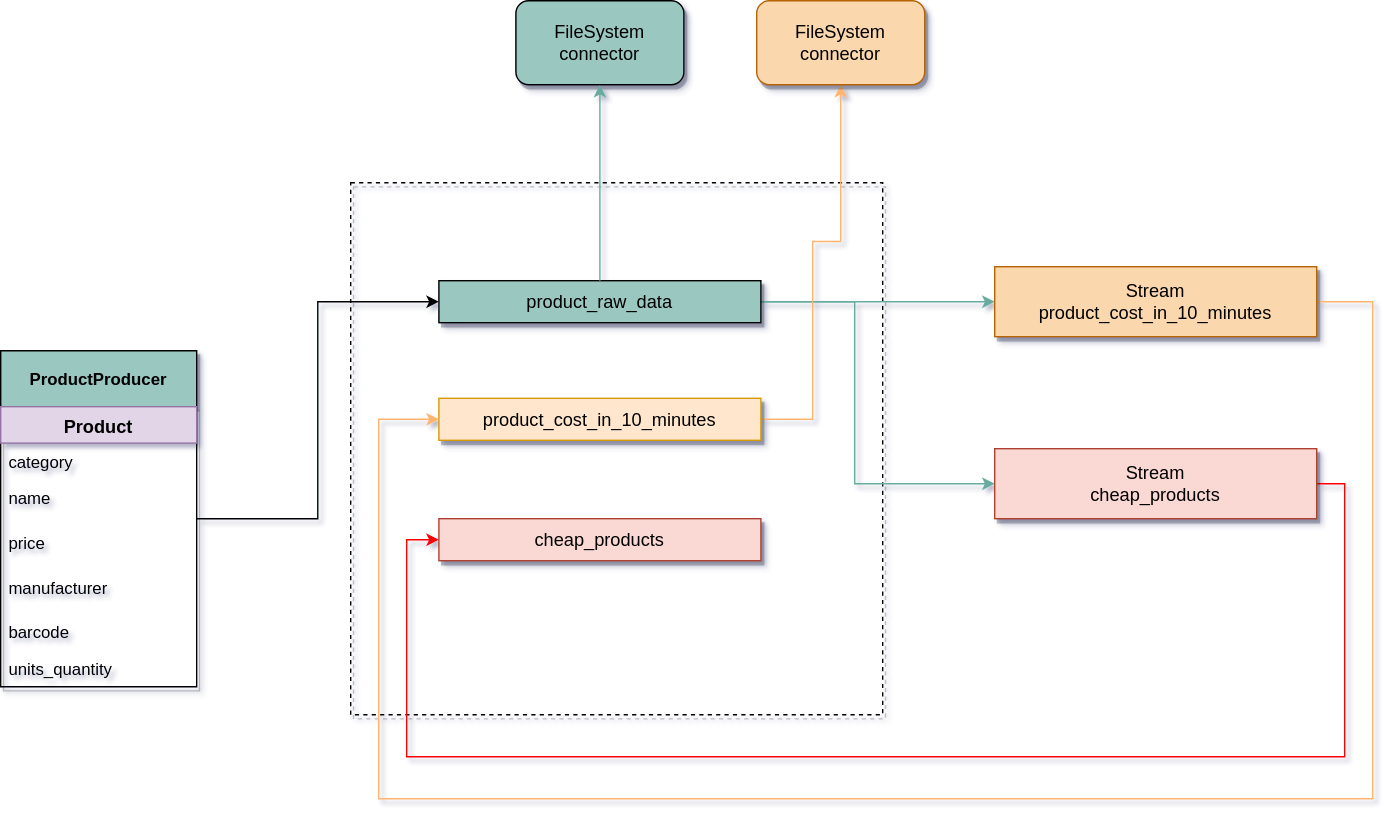
Before: resources/ProductsKafkaDiagram.svg, a diagram exported from draw.io (darkwizz/kafka-homework). Source tidied: cells renumbered, new cells last; positions are measured from the earlier drawing's top-left corner, leaving out a move shared by most shapes.
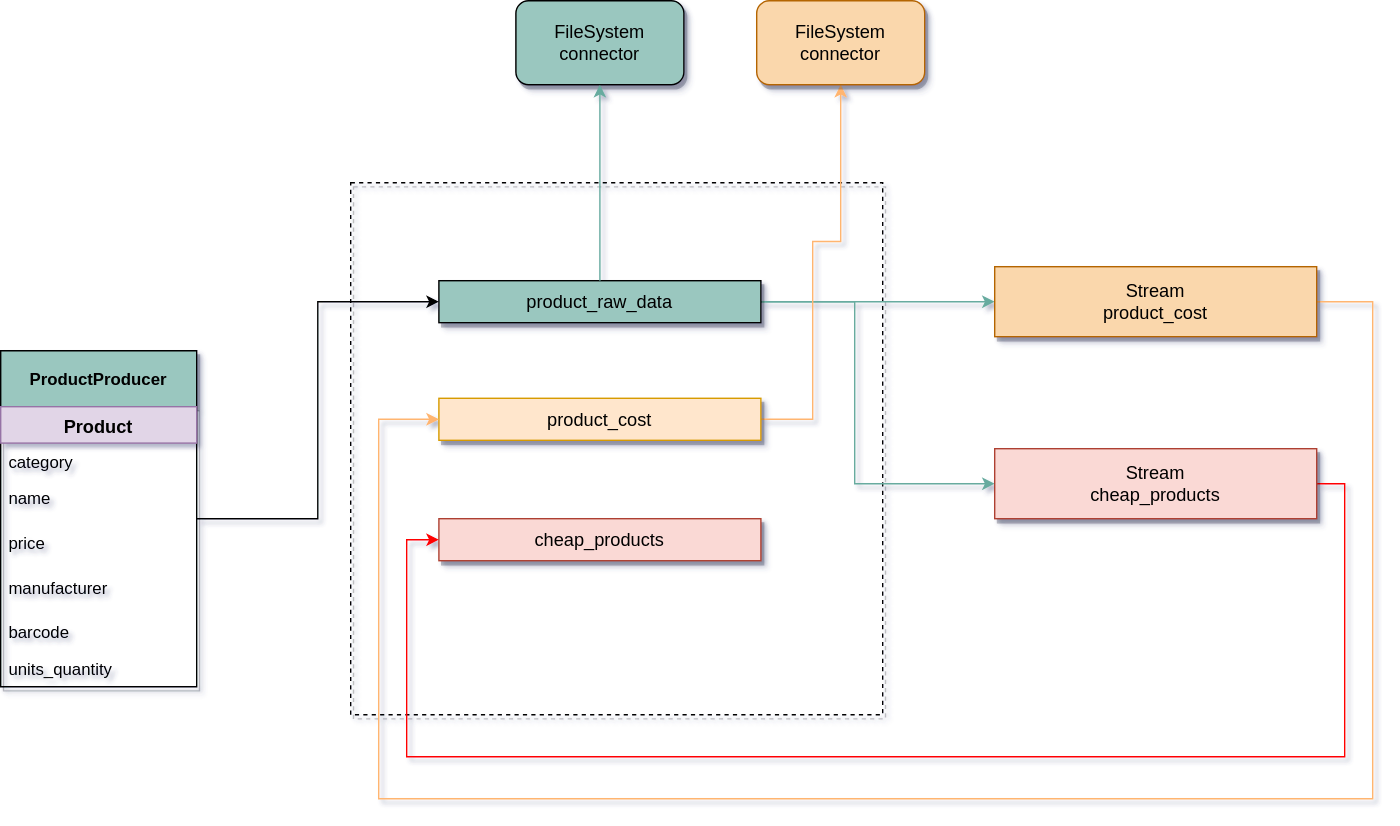
Later version of the same file.

Change to the diagram source:
```diff
@@ -59,7 +59,7 @@
         </Array>
       </mxGeometry>
     </mxCell>
-    <mxCell id="16" value="product_cost_in_10_minutes" style="rounded=0;whiteSpace=wrap;html=1;shadow=1;glass=0;fontSize=13;align=center;fillColor=#ffe6cc;strokeColor=#d79b00;" parent="1" vertex="1">
+    <mxCell id="16" value="product_cost" style="rounded=0;whiteSpace=wrap;html=1;shadow=1;glass=0;fontSize=13;align=center;fillColor=#ffe6cc;strokeColor=#d79b00;" parent="1" vertex="1">
       <mxGeometry x="313" y="284" width="230" height="30" as="geometry" />
     </mxCell>
     <mxCell id="17" value="cheap_products" style="rounded=0;whiteSpace=wrap;html=1;shadow=1;glass=0;fontSize=13;align=center;fillColor=#fad9d5;strokeColor=#ae4132;" parent="1" vertex="1">
@@ -84,7 +84,7 @@
         </Array>
       </mxGeometry>
     </mxCell>
-    <mxCell id="22" value="Stream&lt;br&gt;product_cost_in_10_minutes" style="rounded=0;whiteSpace=wrap;html=1;shadow=1;glass=0;fontSize=13;align=center;fillColor=#fad7ac;strokeColor=#b46504;" parent="1" vertex="1">
+    <mxCell id="22" value="Stream&lt;br&gt;product_cost" style="rounded=0;whiteSpace=wrap;html=1;shadow=1;glass=0;fontSize=13;align=center;fillColor=#fad7ac;strokeColor=#b46504;" parent="1" vertex="1">
       <mxGeometry x="710" y="190" width="230" height="50" as="geometry" />
     </mxCell>
     <mxCell id="23" style="edgeStyle=orthogonalEdgeStyle;rounded=0;jettySize=auto;html=1;fontSize=13;entryX=0;entryY=0.5;entryDx=0;entryDy=0;strokeColor=#FF0000;" parent="1" edge="1" source="24" target="17">
```
